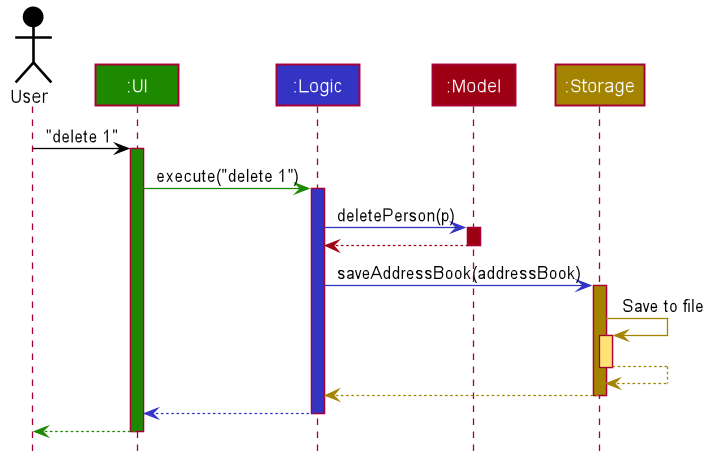
Earlier version of the PlantUML export docs/images/ArchitectureSequenceDiagram.png (nus-cs2103-AY2122S1/tp). Source of this version:
```plantuml
@startuml








skinparam BackgroundColor #FFFFFFF

skinparam Shadowing false

skinparam Class {
    FontColor #FFFFFF
    BorderThickness 1
    BorderColor #FFFFFF
    StereotypeFontColor #FFFFFF
    FontName Arial
}

skinparam Actor {
    BorderColor #000000
    Color #000000
    FontName Arial
}

skinparam Sequence {
    MessageAlign center
    BoxFontSize 15
    BoxPadding 0
    BoxFontColor #FFFFFF
    FontName Arial
}

skinparam Participant {
    FontColor #FFFFFFF
    Padding 20
}

skinparam MinClassWidth 50
skinparam ParticipantPadding 10
skinparam Shadowing false
skinparam DefaultTextAlignment center
skinparam packageStyle Rectangle

hide footbox
hide members
hide circle

Actor User as user #000000
Participant ":UI" as ui #1D8900
Participant ":Logic" as logic #3333C4
Participant ":Model" as model #9D0012
Participant ":Storage" as storage #A38300

user -[#000000]> ui : "delete 1"
activate ui #1D8900

ui -[#1D8900]> logic : execute("delete 1")
activate logic #3333C4

logic -[#3333C4]> model : deletePerson(p)
activate model #9D0012

model -[#9D0012]-> logic
deactivate model

logic -[#3333C4]> storage : saveAddressBook(addressBook)
activate storage #A38300

storage -[#A38300]> storage : Save to file
activate storage #FFE374
storage --[#A38300]> storage
deactivate storage

storage --[#A38300]> logic
deactivate storage

logic --[#3333C4]> ui
deactivate logic

ui--[#1D8900]> user
deactivate ui
@enduml
```
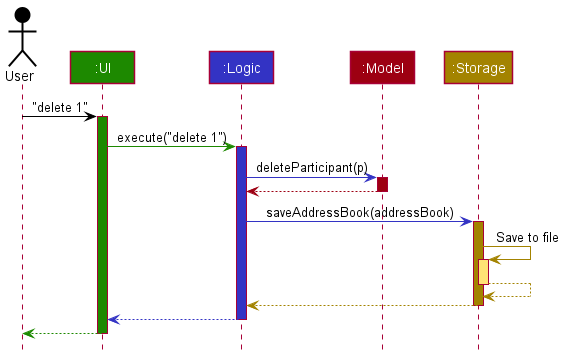
The same file after the commit.

Diff of the diagram source:
```diff
@@ -1,85 +1,38 @@
 @startuml
+!include style.puml
 
+Actor User as user USER_COLOR
+Participant ":UI" as ui UI_COLOR
+Participant ":Logic" as logic LOGIC_COLOR
+Participant ":Model" as model MODEL_COLOR
+Participant ":Storage" as storage STORAGE_COLOR
 
+user -[USER_COLOR]> ui : "delete 1"
+activate ui UI_COLOR
 
+ui -[UI_COLOR]> logic : execute("delete 1")
+activate logic LOGIC_COLOR
 
+logic -[LOGIC_COLOR]> model : deleteParticipant(p)
+activate model MODEL_COLOR
 
-
-
-
-skinparam BackgroundColor #FFFFFFF
-
-skinparam Shadowing false
-
-skinparam Class {
-    FontColor #FFFFFF
-    BorderThickness 1
-    BorderColor #FFFFFF
-    StereotypeFontColor #FFFFFF
-    FontName Arial
-}
-
-skinparam Actor {
-    BorderColor #000000
-    Color #000000
-    FontName Arial
-}
-
-skinparam Sequence {
-    MessageAlign center
-    BoxFontSize 15
-    BoxPadding 0
-    BoxFontColor #FFFFFF
-    FontName Arial
-}
-
-skinparam Participant {
-    FontColor #FFFFFFF
-    Padding 20
-}
-
-skinparam MinClassWidth 50
-skinparam ParticipantPadding 10
-skinparam Shadowing false
-skinparam DefaultTextAlignment center
-skinparam packageStyle Rectangle
-
-hide footbox
-hide members
-hide circle
-
-Actor User as user #000000
-Participant ":UI" as ui #1D8900
-Participant ":Logic" as logic #3333C4
-Participant ":Model" as model #9D0012
-Participant ":Storage" as storage #A38300
-
-user -[#000000]> ui : "delete 1"
-activate ui #1D8900
-
-ui -[#1D8900]> logic : execute("delete 1")
-activate logic #3333C4
-
-logic -[#3333C4]> model : deletePerson(p)
-activate model #9D0012
-
-model -[#9D0012]-> logic
+model -[MODEL_COLOR]-> logic
 deactivate model
 
-logic -[#3333C4]> storage : saveAddressBook(addressBook)
-activate storage #A38300
+logic -[LOGIC_COLOR]> storage : saveAddressBook(addressBook)
+activate storage STORAGE_COLOR
 
-storage -[#A38300]> storage : Save to file
-activate storage #FFE374
-storage --[#A38300]> storage
+storage -[STORAGE_COLOR]> storage : Save to file
+activate storage STORAGE_COLOR_T1
+storage --[STORAGE_COLOR]> storage
 deactivate storage
 
-storage --[#A38300]> logic
+storage --[STORAGE_COLOR]> logic
 deactivate storage
 
-logic --[#3333C4]> ui
+logic --[LOGIC_COLOR]> ui
 deactivate logic
 
-ui--[#1D8900]> user
+ui--[UI_COLOR]> user
 deactivate ui
 @enduml
```
